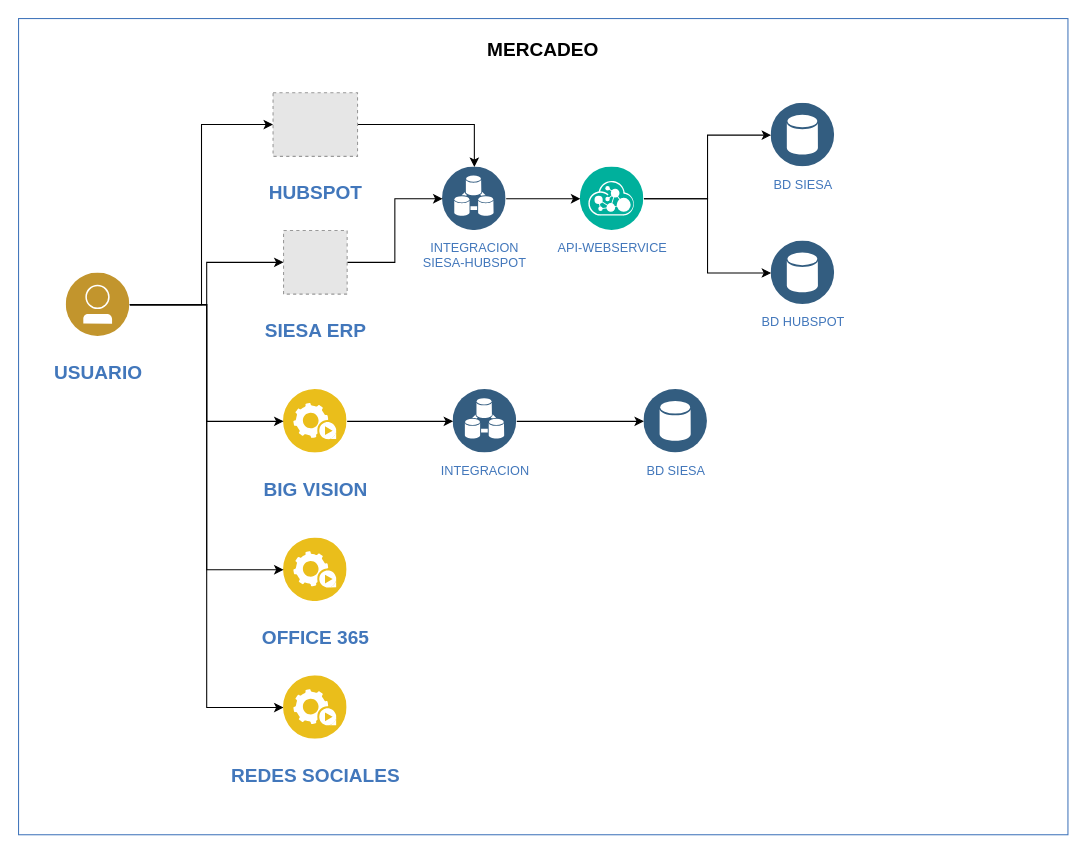
Above: DiagramaMercadeo.drawio in MJRV91/Diagramas (draw.io), before the change. Source tidied: cells renumbered, new cells numbered last; positions are measured from the earlier drawing's top-left corner, leaving out a move shared by most shapes. Both pictures are drawn from the tidied source at 106%, with x=0, y=0 at pixel (18, 18). Pictures stored in the file or linked from it are replaced by grey dashed boxes.
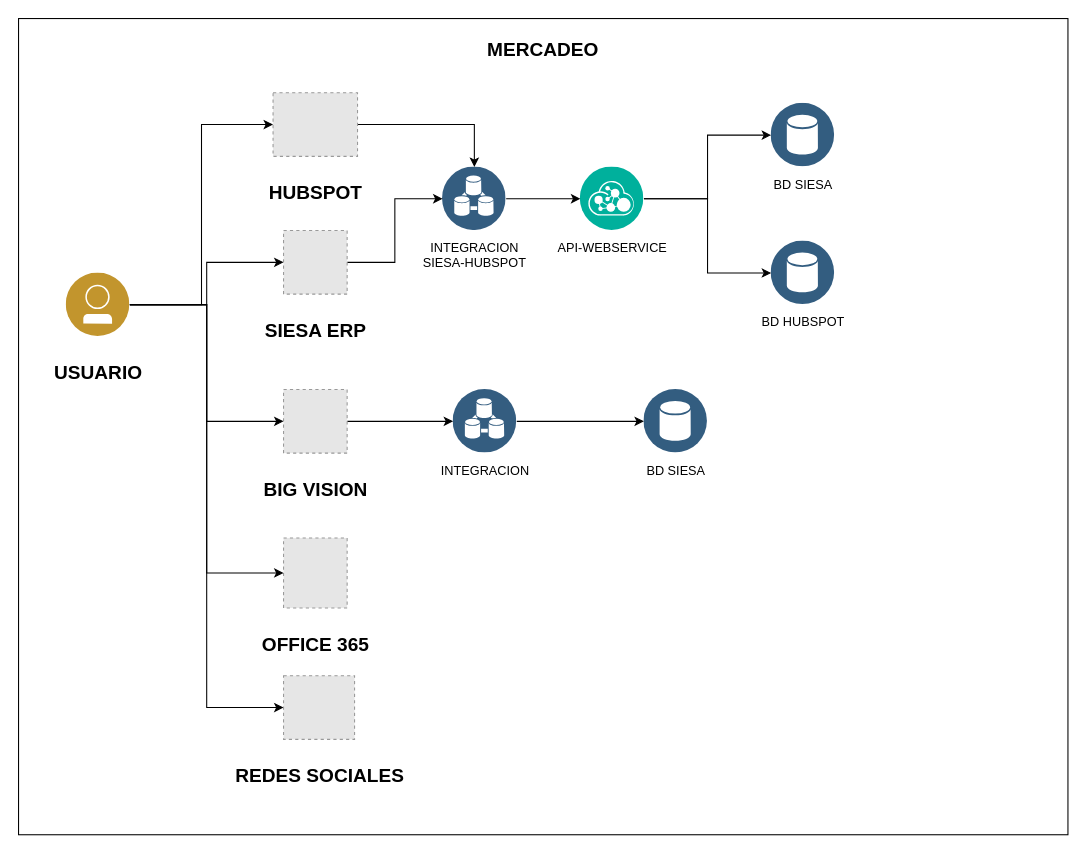
After the change.

What changed in the source:
```diff
@@
-    <mxCell id="2" value="&lt;h2&gt;MERCADEO&lt;/h2&gt;" style="fontStyle=0;verticalAlign=top;align=center;spacingTop=-2;fillColor=none;rounded=0;whiteSpace=wrap;html=1;strokeColor=#4376BB;strokeWidth=1;dashed=0;" parent="1" vertex="1">
+    <mxCell id="2" value="&lt;h2&gt;MERCADEO&lt;/h2&gt;" style="fontStyle=0;verticalAlign=top;align=center;spacingTop=-2;fillColor=none;rounded=0;whiteSpace=wrap;html=1;strokeWidth=1;dashed=0;labelBackgroundColor=none;" parent="1" vertex="1">
       <mxGeometry width="990" height="770" as="geometry" />
     </mxCell>
-    <mxCell id="3" value="BD SIESA" style="perimeter=ellipsePerimeter;html=1;align=center;shadow=0;dashed=0;image;image=img/lib/ibm/data/data_services.svg;strokeColor=#FF0000;fillColor=#FFFF66;gradientColor=none;fontColor=#4277BB;labelBackgroundColor=#ffffff;spacingTop=3;" parent="2" vertex="1">
+    <mxCell id="3" value="BD SIESA" style="perimeter=ellipsePerimeter;html=1;align=center;shadow=0;dashed=0;image;image=img/lib/ibm/data/data_services.svg;labelBackgroundColor=none;spacingTop=3;" parent="2" vertex="1">
       <mxGeometry x="710" y="80" width="60" height="60" as="geometry" />
     </mxCell>
-    <mxCell id="4" value="INTEGRACION&lt;br&gt;SIESA-HUBSPOT" style="perimeter=ellipsePerimeter;html=1;align=center;shadow=0;dashed=0;image;image=img/lib/ibm/data/device_registry.svg;strokeColor=#FF0000;fillColor=#FFFF66;gradientColor=none;fontColor=#4277BB;labelBackgroundColor=#ffffff;spacingTop=3;" parent="2" vertex="1">
+    <mxCell id="4" value="INTEGRACION&lt;br&gt;SIESA-HUBSPOT" style="perimeter=ellipsePerimeter;html=1;align=center;shadow=0;dashed=0;image;image=img/lib/ibm/data/device_registry.svg;labelBackgroundColor=none;spacingTop=3;" parent="2" vertex="1">
       <mxGeometry x="400" y="140" width="60" height="60" as="geometry" />
     </mxCell>
-    <mxCell id="5" style="edgeStyle=orthogonalEdgeStyle;rounded=0;jettySize=auto;html=1;" parent="2" edge="1" source="6" target="3">
+    <mxCell id="5" style="edgeStyle=orthogonalEdgeStyle;rounded=0;jettySize=auto;html=1;labelBackgroundColor=none;fontColor=default;" parent="2" edge="1" source="6" target="3">
       <mxGeometry relative="1" as="geometry" />
     </mxCell>
-    <mxCell id="6" value="API-WEBSERVICE" style="perimeter=ellipsePerimeter;html=1;align=center;shadow=0;dashed=0;image;image=img/lib/ibm/management/api_management.svg;strokeColor=#FF0000;fillColor=#FFFF66;gradientColor=none;fontColor=#4277BB;labelBackgroundColor=#ffffff;spacingTop=3;" parent="2" vertex="1">
+    <mxCell id="6" value="API-WEBSERVICE" style="perimeter=ellipsePerimeter;html=1;align=center;shadow=0;dashed=0;image;image=img/lib/ibm/management/api_management.svg;labelBackgroundColor=none;spacingTop=3;" parent="2" vertex="1">
       <mxGeometry x="530" y="140" width="60" height="60" as="geometry" />
     </mxCell>
-    <mxCell id="7" style="edgeStyle=orthogonalEdgeStyle;rounded=0;jettySize=auto;html=1;" parent="2" edge="1" source="4" target="6">
+    <mxCell id="7" style="edgeStyle=orthogonalEdgeStyle;rounded=0;jettySize=auto;html=1;labelBackgroundColor=none;fontColor=default;" parent="2" edge="1" source="4" target="6">
       <mxGeometry relative="1" as="geometry" />
     </mxCell>
-    <mxCell id="8" style="edgeStyle=orthogonalEdgeStyle;rounded=0;jettySize=auto;html=1;" parent="2" edge="1" source="9" target="4">
+    <mxCell id="8" style="edgeStyle=orthogonalEdgeStyle;rounded=0;jettySize=auto;html=1;labelBackgroundColor=none;fontColor=default;" parent="2" edge="1" source="9" target="4">
       <mxGeometry relative="1" as="geometry" />
     </mxCell>
-    <mxCell id="9" value="&lt;h2&gt;HUBSPOT&lt;/h2&gt;" style="fillColor=#E6E6E6;strokeColor=#999999;dashed=1;verticalLabelPosition=bottom;verticalAlign=top;html=1;align=center;fontColor=#4277BB;labelBackgroundColor=default;fontSize=12;spacingTop=3;" parent="2" vertex="1">
+    <mxCell id="9" value="&lt;h2&gt;HUBSPOT&lt;/h2&gt;" style="fillColor=#E6E6E6;strokeColor=#999999;dashed=1;verticalLabelPosition=bottom;verticalAlign=top;html=1;align=center;labelBackgroundColor=none;fontSize=12;spacingTop=3;" parent="2" vertex="1">
       <mxGeometry x="240.1" y="70" width="79.7" height="60" as="geometry" />
     </mxCell>
-    <mxCell id="10" style="edgeStyle=orthogonalEdgeStyle;rounded=0;jettySize=auto;html=1;entryX=0;entryY=0.5;entryDx=0;entryDy=0;" parent="2" edge="1" source="11" target="4">
+    <mxCell id="10" style="edgeStyle=orthogonalEdgeStyle;rounded=0;jettySize=auto;html=1;entryX=0;entryY=0.5;entryDx=0;entryDy=0;labelBackgroundColor=none;fontColor=default;" parent="2" edge="1" source="11" target="4">
       <mxGeometry relative="1" as="geometry" />
     </mxCell>
-    <mxCell id="11" value="&lt;h2&gt;SIESA ERP&lt;/h2&gt;" style="fillColor=#E6E6E6;strokeColor=#999999;dashed=1;verticalLabelPosition=bottom;verticalAlign=top;html=1;align=center;fontColor=#4277BB;labelBackgroundColor=default;fontSize=12;spacingTop=3;" parent="2" vertex="1">
+    <mxCell id="11" value="&lt;h2&gt;SIESA ERP&lt;/h2&gt;" style="fillColor=#E6E6E6;strokeColor=#999999;dashed=1;verticalLabelPosition=bottom;verticalAlign=top;html=1;align=center;labelBackgroundColor=none;fontSize=12;spacingTop=3;" parent="2" vertex="1">
       <mxGeometry x="250" y="200" width="60" height="60" as="geometry" />
     </mxCell>
-    <mxCell id="12" style="edgeStyle=orthogonalEdgeStyle;rounded=0;jettySize=auto;html=1;entryX=0;entryY=0.5;entryDx=0;entryDy=0;" parent="2" edge="1" source="15" target="9">
+    <mxCell id="12" style="edgeStyle=orthogonalEdgeStyle;rounded=0;jettySize=auto;html=1;entryX=0;entryY=0.5;entryDx=0;entryDy=0;labelBackgroundColor=none;fontColor=default;" parent="2" edge="1" source="15" target="9">
       <mxGeometry relative="1" as="geometry" />
     </mxCell>
-    <mxCell id="13" style="edgeStyle=orthogonalEdgeStyle;rounded=0;jettySize=auto;html=1;entryX=0;entryY=0.5;entryDx=0;entryDy=0;" parent="2" edge="1" source="15" target="11">
+    <mxCell id="13" style="edgeStyle=orthogonalEdgeStyle;rounded=0;jettySize=auto;html=1;entryX=0;entryY=0.5;entryDx=0;entryDy=0;labelBackgroundColor=none;fontColor=default;" parent="2" edge="1" source="15" target="11">
       <mxGeometry relative="1" as="geometry" />
     </mxCell>
-    <mxCell id="14" style="edgeStyle=orthogonalEdgeStyle;rounded=0;jettySize=auto;html=1;entryX=0;entryY=0.5;entryDx=0;entryDy=0;" parent="2" edge="1" source="15" target="23">
+    <mxCell id="14" style="edgeStyle=orthogonalEdgeStyle;rounded=0;jettySize=auto;html=1;entryX=0;entryY=0.5;entryDx=0;entryDy=0;labelBackgroundColor=none;fontColor=default;" parent="2" edge="1" source="15" target="23">
       <mxGeometry relative="1" as="geometry" />
     </mxCell>
-    <mxCell id="15" value="&lt;h2&gt;USUARIO&lt;/h2&gt;" style="image;perimeter=ellipsePerimeter;html=1;align=center;shadow=0;dashed=0;fontColor=#4277BB;labelBackgroundColor=default;fontSize=12;spacingTop=3;image=img/lib/ibm/users/user.svg;" parent="2" vertex="1">
+    <mxCell id="15" value="&lt;h2&gt;USUARIO&lt;/h2&gt;" style="image;perimeter=ellipsePerimeter;html=1;align=center;shadow=0;dashed=0;labelBackgroundColor=none;fontSize=12;spacingTop=3;image=img/lib/ibm/users/user.svg;" parent="2" vertex="1">
       <mxGeometry x="45" y="240" width="60" height="60" as="geometry" />
     </mxCell>
-    <mxCell id="16" style="edgeStyle=orthogonalEdgeStyle;rounded=0;jettySize=auto;html=1;" parent="2" edge="1" source="17" target="25">
+    <mxCell id="16" style="edgeStyle=orthogonalEdgeStyle;rounded=0;jettySize=auto;html=1;labelBackgroundColor=none;fontColor=default;" parent="2" edge="1" source="17" target="25">
       <mxGeometry relative="1" as="geometry" />
     </mxCell>
-    <mxCell id="17" value="&lt;h2&gt;BIG VISION&lt;/h2&gt;" style="image;perimeter=ellipsePerimeter;html=1;align=center;shadow=0;dashed=0;fontColor=#4277BB;labelBackgroundColor=default;fontSize=12;spacingTop=3;image=img/lib/ibm/applications/automation_tools.svg;" parent="2" vertex="1">
+    <mxCell id="17" value="&lt;h2&gt;BIG VISION&lt;/h2&gt;" style="fillColor=#E6E6E6;strokeColor=#999999;dashed=1;verticalLabelPosition=bottom;verticalAlign=top;html=1;align=center;labelBackgroundColor=none;fontSize=12;spacingTop=3;" parent="2" vertex="1">
       <mxGeometry x="250" y="350" width="60" height="60" as="geometry" />
     </mxCell>
-    <mxCell id="18" style="edgeStyle=orthogonalEdgeStyle;rounded=0;jettySize=auto;html=1;entryX=0;entryY=0.5;entryDx=0;entryDy=0;" parent="2" edge="1" source="15" target="17">
+    <mxCell id="18" style="edgeStyle=orthogonalEdgeStyle;rounded=0;jettySize=auto;html=1;entryX=0;entryY=0.5;entryDx=0;entryDy=0;labelBackgroundColor=none;fontColor=default;" parent="2" edge="1" source="15" target="17">
       <mxGeometry relative="1" as="geometry" />
     </mxCell>
-    <mxCell id="19" value="BD HUBSPOT" style="perimeter=ellipsePerimeter;html=1;align=center;shadow=0;dashed=0;image;image=img/lib/ibm/data/data_services.svg;strokeColor=#FF0000;fillColor=#FFFF66;gradientColor=none;fontColor=#4277BB;labelBackgroundColor=#ffffff;spacingTop=3;" parent="2" vertex="1">
+    <mxCell id="19" value="BD HUBSPOT" style="perimeter=ellipsePerimeter;html=1;align=center;shadow=0;dashed=0;image;image=img/lib/ibm/data/data_services.svg;labelBackgroundColor=none;spacingTop=3;" parent="2" vertex="1">
       <mxGeometry x="710" y="210" width="60" height="60" as="geometry" />
     </mxCell>
-    <mxCell id="20" style="edgeStyle=orthogonalEdgeStyle;rounded=0;jettySize=auto;html=1;entryX=0;entryY=0.5;entryDx=0;entryDy=0;" parent="2" edge="1" source="6" target="19">
+    <mxCell id="20" style="edgeStyle=orthogonalEdgeStyle;rounded=0;jettySize=auto;html=1;entryX=0;entryY=0.5;entryDx=0;entryDy=0;labelBackgroundColor=none;fontColor=default;" parent="2" edge="1" source="6" target="19">
       <mxGeometry relative="1" as="geometry" />
     </mxCell>
-    <mxCell id="21" value="&lt;h2&gt;OFFICE 365&lt;/h2&gt;" style="image;perimeter=ellipsePerimeter;html=1;align=center;shadow=0;dashed=0;fontColor=#4277BB;labelBackgroundColor=default;fontSize=12;spacingTop=3;image=img/lib/ibm/applications/automation_tools.svg;" parent="2" vertex="1">
-      <mxGeometry x="250" y="490" width="60" height="60" as="geometry" />
+    <mxCell id="21" value="&lt;h2&gt;OFFICE 365&lt;/h2&gt;" style="fillColor=#E6E6E6;strokeColor=#999999;dashed=1;verticalLabelPosition=bottom;verticalAlign=top;html=1;align=center;labelBackgroundColor=none;fontSize=12;spacingTop=3;" parent="2" vertex="1">
+      <mxGeometry x="250" y="490" width="60" height="66" as="geometry" />
     </mxCell>
-    <mxCell id="22" style="edgeStyle=orthogonalEdgeStyle;rounded=0;jettySize=auto;html=1;entryX=0;entryY=0.5;entryDx=0;entryDy=0;" parent="2" edge="1" source="15" target="21">
+    <mxCell id="22" style="edgeStyle=orthogonalEdgeStyle;rounded=0;jettySize=auto;html=1;entryX=0;entryY=0.5;entryDx=0;entryDy=0;labelBackgroundColor=none;fontColor=default;" parent="2" edge="1" source="15" target="21">
       <mxGeometry relative="1" as="geometry" />
     </mxCell>
-    <mxCell id="23" value="&lt;h2&gt;REDES SOCIALES&lt;/h2&gt;" style="image;perimeter=ellipsePerimeter;html=1;align=center;shadow=0;dashed=0;fontColor=#4277BB;labelBackgroundColor=default;fontSize=12;spacingTop=3;image=img/lib/ibm/applications/automation_tools.svg;" parent="2" vertex="1">
-      <mxGeometry x="250" y="620" width="60" height="60" as="geometry" />
+    <mxCell id="23" value="&lt;h2&gt;REDES SOCIALES&lt;/h2&gt;" style="fillColor=#E6E6E6;strokeColor=#999999;dashed=1;verticalLabelPosition=bottom;verticalAlign=top;html=1;align=center;labelBackgroundColor=none;fontSize=12;spacingTop=3;" parent="2" vertex="1">
+      <mxGeometry x="250" y="620" width="67" height="60" as="geometry" />
     </mxCell>
-    <mxCell id="24" style="edgeStyle=orthogonalEdgeStyle;rounded=0;jettySize=auto;html=1;" parent="2" edge="1" source="25" target="26">
+    <mxCell id="24" style="edgeStyle=orthogonalEdgeStyle;rounded=0;jettySize=auto;html=1;labelBackgroundColor=none;fontColor=default;" parent="2" edge="1" source="25" target="26">
       <mxGeometry relative="1" as="geometry" />
     </mxCell>
-    <mxCell id="25" value="INTEGRACION" style="perimeter=ellipsePerimeter;html=1;align=center;shadow=0;dashed=0;image;image=img/lib/ibm/data/device_registry.svg;strokeColor=#FF0000;fillColor=#FFFF66;gradientColor=none;fontColor=#4277BB;labelBackgroundColor=#ffffff;spacingTop=3;" parent="2" vertex="1">
+    <mxCell id="25" value="INTEGRACION" style="perimeter=ellipsePerimeter;html=1;align=center;shadow=0;dashed=0;image;image=img/lib/ibm/data/device_registry.svg;labelBackgroundColor=none;spacingTop=3;" parent="2" vertex="1">
       <mxGeometry x="410" y="350" width="60" height="60" as="geometry" />
     </mxCell>
-    <mxCell id="26" value="BD SIESA" style="perimeter=ellipsePerimeter;html=1;align=center;shadow=0;dashed=0;image;image=img/lib/ibm/data/data_services.svg;strokeColor=#FF0000;fillColor=#FFFF66;gradientColor=none;fontColor=#4277BB;labelBackgroundColor=#ffffff;spacingTop=3;" parent="2" vertex="1">
+    <mxCell id="26" value="BD SIESA" style="perimeter=ellipsePerimeter;html=1;align=center;shadow=0;dashed=0;image;image=img/lib/ibm/data/data_services.svg;labelBackgroundColor=none;spacingTop=3;" parent="2" vertex="1">
       <mxGeometry x="590" y="350" width="60" height="60" as="geometry" />
     </mxCell>
```
